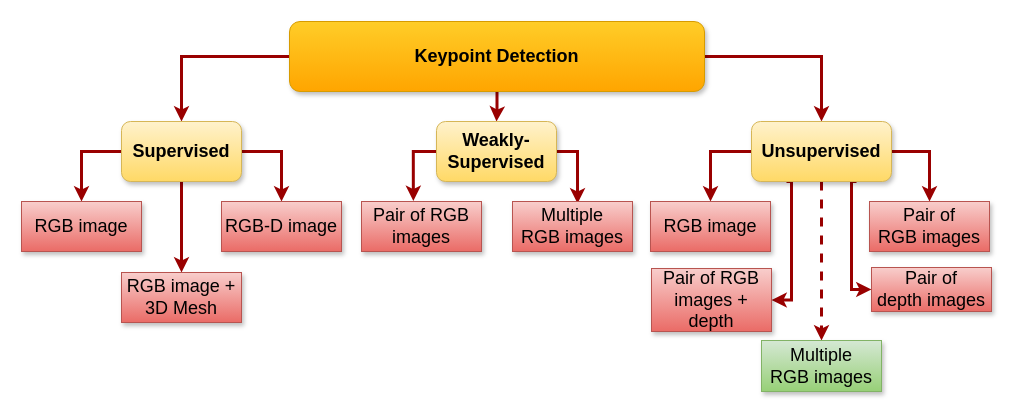
Before: Untitled Diagram.drawio in Mike335207/work, a draw.io diagram. Source tidied: cells renumbered, new cells numbered last; positions are measured from the earlier drawing's top-left corner, leaving out a move shared by most shapes. Both pictures are drawn from the tidied source at 100%, with x=0, y=0 at pixel (21, 21).
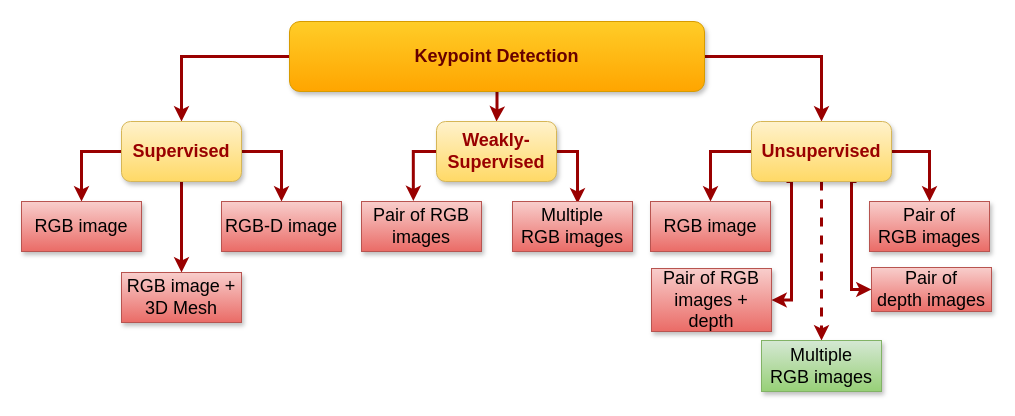
The same diagram, later.

What changed in the source:
```diff
@@
-    <mxCell id="5" value="Keypoint Detection" style="rounded=1;whiteSpace=wrap;html=1;fillColor=#ffcd28;strokeColor=#d79b00;fontStyle=1;gradientColor=#ffa500;shadow=1;fontSize=18;" parent="1" vertex="1">
+    <mxCell id="5" value="Keypoint Detection" style="rounded=1;whiteSpace=wrap;html=1;fillColor=#ffcd28;strokeColor=#d79b00;fontStyle=1;gradientColor=#ffa500;shadow=1;fontSize=18;fontColor=#660000;" parent="1" vertex="1">
       <mxGeometry x="268" width="415" height="70" as="geometry" />
     </mxCell>
@@
-    <mxCell id="9" value="Supervised" style="rounded=1;whiteSpace=wrap;html=1;fillColor=#fff2cc;strokeColor=#d6b656;fontStyle=1;gradientColor=#ffd966;shadow=1;comic=0;glass=0;fontSize=18;" parent="1" vertex="1">
+    <mxCell id="9" value="Supervised" style="rounded=1;whiteSpace=wrap;html=1;fillColor=#fff2cc;strokeColor=#d6b656;fontStyle=1;gradientColor=#ffd966;shadow=1;comic=0;glass=0;fontSize=18;fontColor=#990000;" parent="1" vertex="1">
       <mxGeometry x="100" y="100" width="120" height="60" as="geometry" />
     </mxCell>
@@
-    <mxCell id="15" value="Unsupervised" style="rounded=1;whiteSpace=wrap;html=1;fillColor=#fff2cc;strokeColor=#d6b656;fontStyle=1;gradientColor=#ffd966;shadow=1;fontSize=18;" parent="1" vertex="1">
+    <mxCell id="15" value="Unsupervised" style="rounded=1;whiteSpace=wrap;html=1;fillColor=#fff2cc;strokeColor=#d6b656;fontStyle=1;gradientColor=#ffd966;shadow=1;fontSize=18;fontColor=#990000;" parent="1" vertex="1">
       <mxGeometry x="730" y="100" width="140" height="60" as="geometry" />
     </mxCell>
@@
-    <mxCell id="18" value="Weakly-Supervised" style="rounded=1;whiteSpace=wrap;html=1;fillColor=#fff2cc;strokeColor=#d6b656;fontStyle=1;gradientColor=#ffd966;shadow=1;fontSize=18;" parent="1" vertex="1">
+    <mxCell id="18" value="Weakly-Supervised" style="rounded=1;whiteSpace=wrap;html=1;fillColor=#fff2cc;strokeColor=#d6b656;fontStyle=1;gradientColor=#ffd966;shadow=1;fontSize=18;fontColor=#990000;" parent="1" vertex="1">
       <mxGeometry x="415" y="100" width="120" height="60" as="geometry" />
     </mxCell>
```
